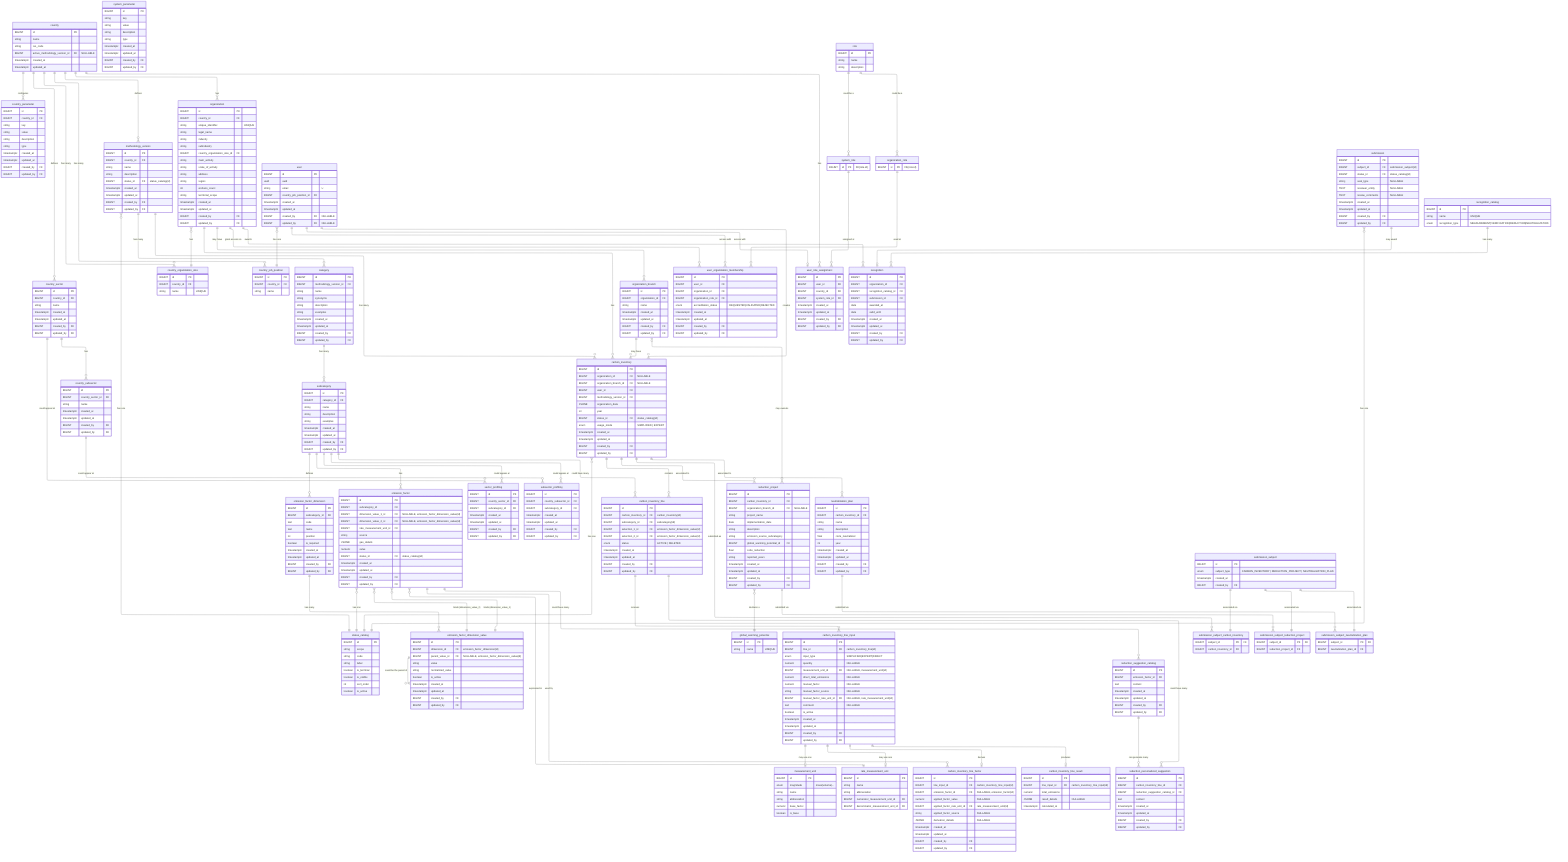
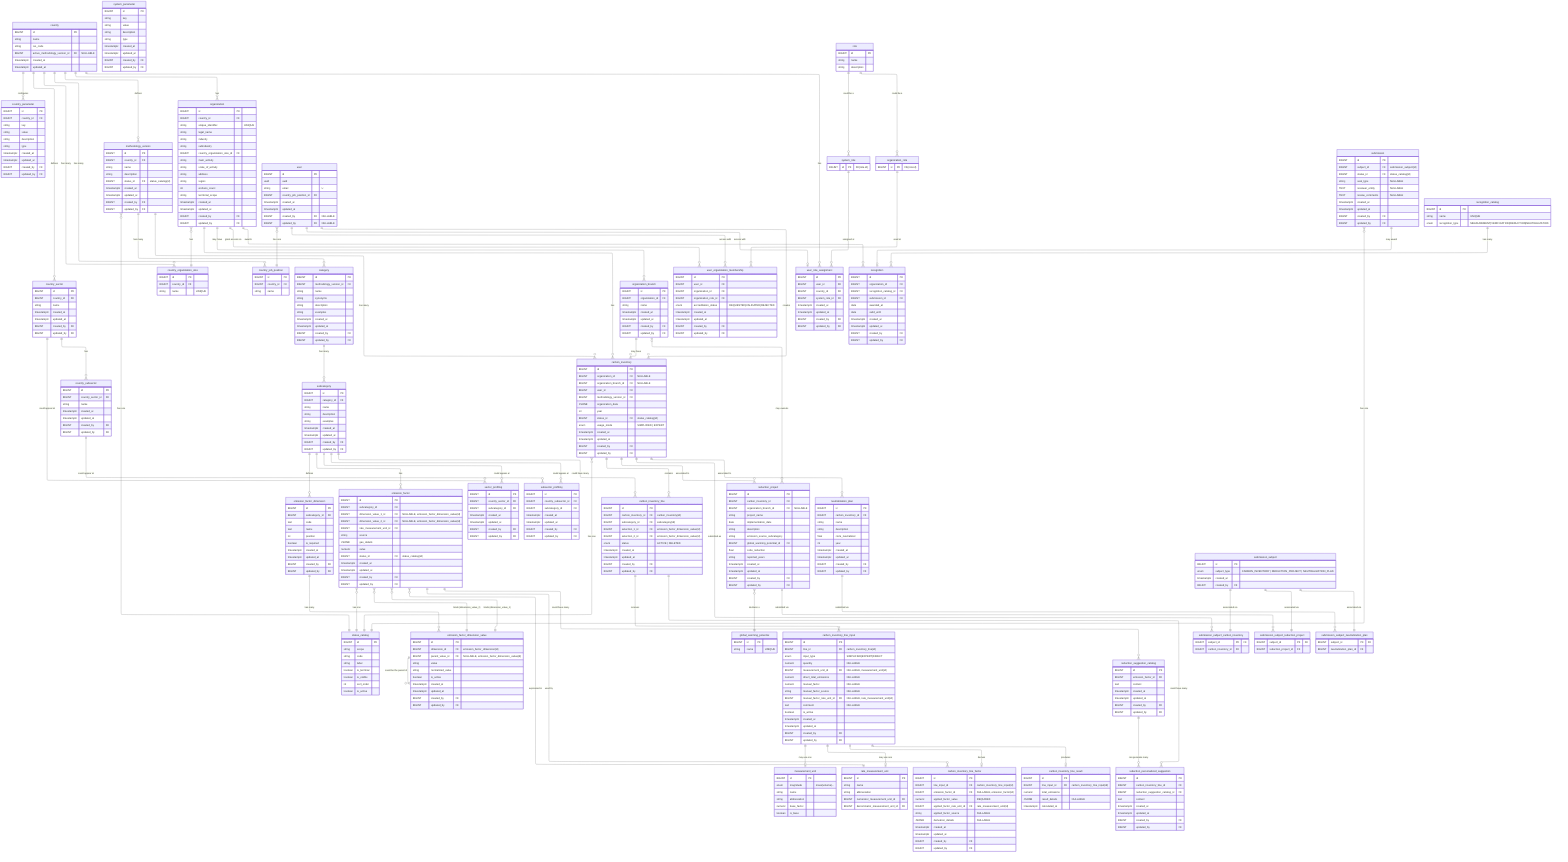
---
config:
  layout: elk
---
erDiagram
	direction TB

	%% ============================================================
	%% DEPRECATED TABLES
	%% ------------------------------------------------------------
	%% The following tables are kept for historical reference only:
	%% - carbon_inventory_detail
	%% They MUST NOT be used for new features.
	%% ============================================================
	%% carbon_inventory_detail {
	%% 	  BIGINT id PK ""
	%% 	  BIGINT carbon_inventory_id FK ""
	%% 	  BIGINT subcategory_id FK ""
	%% 	  enum type "DETAILED | TOTAL"
	%% 	  string first_selection "NULLABLE"
	%% 	  string second_selection "NULLABLE"
	%% 	  float quantity  "NULLABLE"
	%% 	  BIGINT measurement_unit_id FK "NULLABLE"
	%% 	  float factor "NULLABLE"
	%% 	  BIGINT factor_rate_measurement_unit_id FK "NULLABLE"
	%% 	  string factor_source "NULLABLE"
	%% 	  BIGINT emission_factor_id FK "NULLABLE"
	%% 	  float total_emissions "NULLABLE"
	%% 	  text comment  "NULLABLE"
	%% 	  BIGINT status_id FK "status_catalog(id)"
	%% 	  %% Restricciones:
	%% 	  %% Si type==SIMPLIFIED, el usuario llenará first_selection, second_selection, quantity, measurement_unit_id y la plataforma automáticamente escogerá un emission_factor_id y copiará el valor del factor, lo transformará a la misma unidad de medida del usuario y llenará factor y factor_rate_measurement_unit_id. Finalmente hará el P*Q y llenará total_emissions
	%% 	  %% Si type==EXPERT, el usuario llenará first_selection, second_selection, quantity, measurement_unit_id, factor y el factor_source. El factor_rate_measurement_unit_id se escogerá automáticamente según el measurement_unit_id. emission_factor_id será NULL. Finalmente la plataforma hará el P*Q y llenará total_emissions
	%% 	  %% Si type==DIRECT, todas las columnas serán NULL y el usuario ingresará el valor directo a total_emissions.
	%% 	  %% Alternar el type no modificará las filas, sino que marcará las actuales como status=OUTDATED y creará nuevas filas con el type adecuado (si no existen aún). Si ya existían, las recuperará a ACTIVE.
	%% 	  %% Todas las filas con status ACTIVE deben ser del mismo type.
	%% 	  %% Las filas DELETED nunca se recuperan, quedan para trazabilidad.
	%% }

	%% ============================================================
	%% Design Principles
	%% ============================================================

	%% 🔷 Core Modeling Principles
	%% 	1.	Each table has a single, well-defined responsibility
	%% Tables are designed to represent one concept only (e.g. configuration, input, result, workflow), avoiding mixed concerns.

	%% 	2.	Relationships reflect real business rules, not just foreign keys
	%% Cardinalities and optionality are chosen to express domain constraints, not merely technical implementation details.

	%% 	3.	Nullability is intentional and meaningful
	%% Nullable fields indicate valid domain states (e.g. optional associations, draft data), not incomplete design.

	%% ⸻

	%% 🔷 Configuration & Reference Data
	%% 	4.	Reference data is normalized and centralized
	%% Shared concepts (statuses, units, potentials) are defined once and reused across the system.

	%% 	5.	Volatile enums are modeled as tables, not database ENUMs
	%% Any value expected to evolve (statuses, workflows) is stored in catalog tables to avoid schema migrations.

	%% 	6.	Stable physical concepts may use ENUMs
	%% Concepts that are scientifically stable (e.g. unit magnitude, usage mode) may use database ENUMs for safety and clarity.

	%% ⸻

	%% 🔷 Methodology & Emission Factors

	%% 	7.	Methodology is versioned and country-scoped
	%% All categories, subcategories, and factors belong to a specific methodology version tied to a country.

	%% 	8.	Emission factors are defined by standardized dimensions, not free text
	%% User selections and factor matching are driven by normalized dimension values to ensure consistency and correctness.

	%% 	9.	Dimension cardinality reflects domain reality, not generic flexibility
	%% Emission factors support up to two dimensions by design, matching current methodology requirements and admin workflows.

	%% 	10.	Administrative workflows are hierarchical and sequential
	%% New entities are created top-down (category → subcategory → dimension → value → factor), enforcing consistency at each level.

	%% ⸻

	%% 🔷 Inventory & Calculation

	%% 	11.	Input, factor selection, and results are modeled as separate concerns
	%% User input, factor derivation, and calculated results are stored in distinct tables for clarity and auditability.

	%% 	12.	Results are always derived from immutable input snapshots
	%% Calculated emissions reference the exact input used, ensuring reproducibility even if inputs change later.

	%% 	13.	Historical data is preserved; updates create new versions
	%% Changes do not overwrite previous data but create new records, maintaining a complete audit trail.

	%% ⸻

	%% 🔷 Workflow & Submissions

	%% 	14.	Workflows are modeled as data, not booleans
	%% Submissions, approvals, and recognitions are represented explicitly rather than inferred from flags.

	%% 	15.	Polymorphism is handled via explicit subject tables
	%% Submissions reference a generic subject entity with concrete subtype tables, avoiding nullable polymorphic foreign keys.

	%% 	16.	Recognitions are awarded based on submissions, not raw entities
	%% This ensures all awards are traceable to a validated review process.

	%% ⸻

	%% 🔷 Audit & Governance

	%% 	17.	Audit fields are applied based on responsibility and mutability
	%% Operational tables are auditable; reference and system-owned tables may omit audit fields by design.

	%% 	18.	System-generated data does not pretend to have an author
	%% Automatically calculated results record timestamps but not created_by or updated_by.

	%% 	19.	Database constraints enforce correctness wherever possible
	%% Uniqueness, consistency, and invariants are enforced at the database level rather than relying solely on application logic.


	%% ⸻

	%% 🔷 Evolution & Maintainability

	%% 	20.	Design favors clarity and correctness over premature generalization
	%% Flexibility is introduced only when driven by real domain requirements, not hypothetical future use cases.

	%% 	21.	Future extensions are possible without breaking existing data
	%% The model anticipates evolution (e.g. new methodologies, new workflows) while keeping current usage simple and explicit.

	%% ⸻

	%% These principles are intentional.
	%% Changes to the model should preserve these invariants unless there is a clear domain-driven reason to evolve them.

	%% ============================================================
	%% 🟦 Country & configuration (7)
	%% ============================================================

	country {
		BIGINT id PK ""
		string name  ""
		string iso_code  ""
		BIGINT active_methodology_version_id FK "NULLABLE"
		timestamptz created_at  ""
		timestamptz updated_at  ""
	}

	country_parameter {
		BIGINT id PK ""
		BIGINT country_id FK ""
		string key  ""
		string value  ""
		string description  ""
		string type  ""
		timestamptz created_at  ""
		timestamptz updated_at  ""
		BIGINT created_by FK ""
		BIGINT updated_by FK ""
	}

	system_parameter {
		BIGINT id PK ""
		string key  ""
		string value  ""
		string description  ""
		string type  ""
		timestamptz created_at  ""
		timestamptz updated_at  ""
		BIGINT created_by FK ""
		BIGINT updated_by FK ""
	}

	country_sector {
		BIGINT id PK ""
		BIGINT country_id FK ""
		string name  ""
		timestamptz created_at  ""
		timestamptz updated_at  ""
		BIGINT created_by FK ""
		BIGINT updated_by FK ""
	}

	country_subsector {
		BIGINT id PK ""
		BIGINT country_sector_id FK ""
		string name  ""
		timestamptz created_at  ""
		timestamptz updated_at  ""
		BIGINT created_by FK ""
		BIGINT updated_by FK ""
	}

	country_organization_size {
		BIGINT id PK ""
		BIGINT country_id FK ""
		string name  "UNIQUE"
	}

	country_job_position {
		BIGINT id PK ""
		BIGINT country_id FK ""
		string name  ""
	}

	%% Postgres ENUM is great when values are stable forever (e.g., magnitude = mass|volume|energy). It becomes painful when values are product-managed and will evolve (status workflows, modes, etc.).
	status_catalog {
		BIGINT id PK ""
		%% Like: SUBMISSION | CARBON_INVENTORY | ENTITY
		string scope
		%% Like: DRAFT, ACTIVE, DELETED, OUTDATED, SUBMITTED, APPROVED, REJECTED, ...
		string code
		string label
		boolean is_terminal ""
		boolean is_visible ""
		int sort_order ""
		boolean is_active ""
		%% UNIQUE(scope, code)
		%% To prevent misuse we will use convention & tests
		%% To avoid misuse we will implement DB trigger to validate status.scope against the referencing table
	}

	%% ============================================================
	%% 🟩 Methodology & factors (9)
	%% ============================================================

	methodology_version {
		BIGINT id PK ""
		BIGINT country_id FK ""
		string name  ""
		string description  ""
		%% Uses all status values
		BIGINT status_id FK "status_catalog(id)"
		timestamptz created_at  ""
		timestamptz updated_at  ""
		BIGINT created_by FK ""
		BIGINT updated_by FK ""
		%% Enforce via trigger at most 1 active per country
		%% Enforce via DB trigger on country table: validates country.active_methodology_version_id (when NOT NULL) references a methodology_version row where status_id points to status_catalog with code='ACTIVE'. Trigger runs BEFORE INSERT/UPDATE on country, raises error if validation fails. Implementation: CREATE TRIGGER validate_country_active_methodology_version BEFORE INSERT OR UPDATE ON country FOR EACH ROW EXECUTE FUNCTION check_active_methodology_version_status()
	}

	category {
		BIGINT id PK ""
		BIGINT methodology_version_id FK ""
		string name  ""
		%% just for displaying
		string synonyms ""
		%% just for displaying
		string description  ""
		%% just for displaying
		string examples ""
		timestamptz created_at  ""
		timestamptz updated_at  ""
		BIGINT created_by FK ""
		BIGINT updated_by FK ""
	}

	subcategory {
		BIGINT id PK ""
		BIGINT category_id FK ""
		string name  ""
		%% just for displaying
		string description  ""
		%% just for displaying
		string examples ""
		timestamptz created_at  ""
		timestamptz updated_at  ""
		BIGINT created_by FK ""
		BIGINT updated_by FK ""
	}

	emission_factor_dimension {
		BIGINT id PK ""
		BIGINT subcategory_id FK ""
		%% Like: FUEL_GROUP, FUEL_TYPE, GAS_TYPE
		text code ""
		%% Like: Tipo de combustible, Tipo de gas
		text name ""
		%% Like: 1, 2, 3 (order in UI & logic)
		int position ""
		boolean is_required ""
		timestamptz created_at  ""
		timestamptz updated_at  ""
		BIGINT created_by FK ""
		BIGINT updated_by FK ""
		%% UNIQUE(subcategory_id, position),
		%% UNIQUE(subcategory_id, code)
	}

	emission_factor_dimension_value {
		BIGINT id PK ""
		BIGINT dimension_id FK "emission_factor_dimension(id)"
		BIGINT parent_value_id FK "NULLABLE, emission_factor_dimension_value(id)"
		%% Like: Natural gas, Diesel, Kerosene, etc
		string value ""
		string normalized_value ""
		boolean is_active ""
		timestamptz created_at  ""
		timestamptz updated_at  ""
		BIGINT created_by FK ""
		BIGINT updated_by FK ""
		%% UNIQUE(dimension_id, normalized_value)
	}

	emission_factor {
		BIGINT id PK ""
		BIGINT subcategory_id FK ""
		%% Emission factors currently support up to two dimensions via fixed columns.
		%% A binding table was considered for unbounded dimensions but intentionally not used to keep queries and constraints simple.
		BIGINT dimension_value_1_id FK "NULLABLE, emission_factor_dimension_value(id)"
		BIGINT dimension_value_2_id FK "NULLABLE, emission_factor_dimension_value(id)"
		BIGINT rate_measurement_unit_id FK ""
		string source  ""
		JSONB gas_details ""
		numeric value  ""
		%% Uses all status values
		BIGINT status_id FK "status_catalog(id)"
		timestamptz created_at  ""
		timestamptz updated_at  ""
		BIGINT created_by FK ""
		BIGINT updated_by FK ""
		%% Enforce UNIQUE (subcategory_id, dimension_value_1_id, dimension_value_2_id) WHERE status = 'ACTIVE'
	}

	sector_profiling {
		BIGINT id PK ""
		BIGINT country_sector_id FK ""
		BIGINT subcategory_id FK ""
		timestamptz created_at  ""
		timestamptz updated_at  ""
		BIGINT created_by FK ""
		BIGINT updated_by FK ""
		%% UNIQUE(country_sector_id, subcategory_id)
	}

	subsector_profiling {
		BIGINT id PK ""
		BIGINT country_subsector_id FK ""
		BIGINT subcategory_id FK ""
		timestamptz created_at  ""
		timestamptz updated_at  ""
		BIGINT created_by FK ""
		BIGINT updated_by FK ""
		%% UNIQUE(country_subsector_id, subcategory_id)
	}

	measurement_unit {
		BIGINT id PK ""
		enum magnitude  "mass|volume|..."
		string name  ""
		string abbreviation  ""
		numeric base_factor  ""
		boolean is_base  ""
		%% Enforce UNIQUE (magnitude) WHERE is_base = true
	}

	rate_measurement_unit {
		BIGINT id PK ""
		string name  ""
		string abbreviation  ""
		BIGINT numerator_measurement_unit_id FK ""
		BIGINT denominator_measurement_unit_id FK ""
	}

	global_warming_potential {
		BIGINT id PK ""
		string name "UNIQUE"
		%% AR4, AR5, etc...
	}

	%% ============================================================
	%% 🟨 Organizations & users (8)
	%% ============================================================

	organization {
		BIGINT id PK ""
		BIGINT country_id FK ""
		string unique_identifier  "UNIQUE"
		string legal_name  ""
		string industry  ""
		string subindustry  ""
		BIGINT country_organization_size_id FK ""
		string main_activity  ""
		string scale_of_activity  ""
		string address  ""
		string region  ""
		int workers_count  ""
		string territorial_scope  ""
		timestamptz created_at  ""
		timestamptz updated_at  ""
		BIGINT created_by FK ""
		BIGINT updated_by FK ""
	}

	organization_branch {
		BIGINT id PK ""
		BIGINT organization_id FK ""
		string name  ""
		timestamptz created_at  ""
		timestamptz updated_at  ""
		BIGINT created_by FK ""
		BIGINT updated_by FK ""
	}

	user {
		BIGINT id PK ""
		uuid uuid  ""
		string email  "U"
		BIGINT country_job_position_id FK ""
		timestamptz created_at  ""
		timestamptz updated_at  ""
		BIGINT created_by FK "NULLABLE"
		BIGINT updated_by FK "NULLABLE"
	}

	%% abstract parent table
	role {
		BIGINT id PK ""
		string name ""
		string description ""
	}

	system_role {
		BIGINT id PK "FK(role.id)"
	}

	organization_role {
		BIGINT id PK "FK(role.id)"
	}

	user_organization_membership {
		BIGINT id PK ""
		BIGINT user_id FK ""
		BIGINT organization_id FK ""
		BIGINT organization_role_id FK ""
		enum accreditation_status  "REQUESTED|VALIDATED|REJECTED"
		timestamptz created_at  ""
		timestamptz updated_at  ""
		BIGINT created_by FK ""
		BIGINT updated_by FK ""
		%% UNIQUE(user_id, organization_id, organization_role_id)
	}

	user_role_assignment {
		BIGINT id PK ""
		BIGINT user_id FK ""
		BIGINT country_id FK ""
		BIGINT system_role_id FK ""
		timestamptz created_at  ""
		timestamptz updated_at  ""
		BIGINT created_by FK ""
		BIGINT updated_by FK ""
		%% UNIQUE(user_id, country_id, system_role_id)
	}

	%% ============================================================
	%% 🟧 Inventory & calculation (9)
	%% ============================================================

	%% organization & organization_branch will be NULL when user does not belongs to any org.
	carbon_inventory {
		BIGINT id PK ""
		BIGINT organization_id FK "NULLABLE"
		BIGINT organization_branch_id FK "NULLABLE"
		BIGINT user_id FK ""
		BIGINT methodology_version_id FK ""
		JSONB organization_data  ""
		int year  ""
		BIGINT status_id FK "status_catalog(id)"
		%% Using an enum because we are 100% sure it will never change
		enum usage_mode  "SIMPLIFIED | EXPERT"
		timestamptz created_at  ""
		timestamptz updated_at  ""
		BIGINT created_by FK ""
		BIGINT updated_by FK ""
		%% CHECK ((organization_id IS NOT NULL AND organization_branch_id IS NULL) OR (organization_branch_id IS NOT NULL))
	}

	%% A “line” represents what is being measured (subcategory + optional selections) for a given inventory.
	%% We do not store quantities/factors here. It’s the anchor.
	carbon_inventory_line {
		BIGINT id PK ""
		BIGINT carbon_inventory_id FK "carbon_inventory(id)"
		BIGINT subcategory_id FK "subcategory(id)"

		%% the "dimension selections" (more on dimension standardization in section 4)
		BIGINT selection_1_id FK "emission_factor_dimension_value(id)"
		BIGINT selection_2_id FK "emission_factor_dimension_value(id)"

		enum status "ACTIVE | DELETED"
		timestamptz created_at  ""
		timestamptz updated_at  ""
		BIGINT created_by FK ""
		BIGINT updated_by FK ""
		%% Avoid duplicate active lines for same inventory+subcategory+selections
		%% UNIQUE(carbon_inventory_id, subcategory_id, selection_1_id, selection_2_id) WHERE status='ACTIVE'
	}

	carbon_inventory_line_input {
		BIGINT id PK ""
		BIGINT line_id FK "carbon_inventory_line(id)"
		enum input_type "SIMPLIFIED|EXPERT|DIRECT"
		numeric quantity "NULLABLE"
		BIGINT measurement_unit_id FK "NULLABLE, measurement_unit(id)"

		%% For DIRECT mode:
		numeric direct_total_emissions "NULLABLE"

		%% For EXPERT mode:
		numeric manual_factor "NULLABLE"
		string manual_factor_source "NULLABLE"
		BIGINT manual_factor_rate_unit_id FK "NULLABLE, rate_measurement_unit(id)"

		text comment "NULLABLE"
		boolean is_active ""
		timestamptz created_at  ""
		timestamptz updated_at  ""
		BIGINT created_by FK ""
		BIGINT updated_by FK ""
		%% Enforce only one active input per line: UNIQUE(line_id) WHERE is_active = true
	}

- 	%% This stores “what factor did we use, after conversions, and why” so results are reproducible.
+ 	%% This stores "what factor did we use, after conversions, and why" so results are reproducible.
	carbon_inventory_line_factor {
		BIGINT id PK ""
		BIGINT line_input_id FK "carbon_inventory_line_input(id)"

		%% chosen factor: either from catalog (simplified) or null for expert/direct
		BIGINT emission_factor_id FK "NULLABLE, emission_factor(id)"

		%% normalized factor actually used in the computation (post-conversion)
- 		numeric applied_factor_value "NULLABLE"
+ 		%% REQUIRED: Must always be present for result reproducibility
+ 		numeric applied_factor_value "REQUIRED"
		BIGINT applied_factor_rate_unit_id FK "rate_measurement_unit(id)"
		string applied_factor_source "NULLABLE"

		%% optionally store a JSON blob explaining conversion steps for auditability
		JSONB derivation_details "NULLABLE"

		timestamptz created_at  ""
		timestamptz updated_at  ""
		BIGINT created_by FK ""
		BIGINT updated_by FK ""
		%% Enforce 1 factor row per input: UNIQUE(line_input_id)
	}

	carbon_inventory_line_result {
		BIGINT id PK ""
		BIGINT line_input_id FK "carbon_inventory_line_input(id)"
		numeric total_emissions ""
		%% optionally store breakdown: per-gas, CO2e, etc.
		JSONB result_details "NULLABLE"
		timestamptz calculated_at ""
		%% Ensure 1 result per input: UNIQUE(line_input_id)
	}

	reduction_suggestion_catalog {
		BIGINT id PK ""
		BIGINT emission_factor_id FK ""
		text content  ""
		timestamptz created_at  ""
		timestamptz updated_at  ""
		BIGINT created_by FK ""
		BIGINT updated_by FK ""
	}

	%% We plan to create these suggestion with AI
	reduction_personalized_suggestion {
		BIGINT id PK ""
		BIGINT carbon_inventory_line_id FK ""
		BIGINT reduction_suggestion_catalog_id FK ""
		text content  ""
		timestamptz created_at  ""
		timestamptz updated_at  ""
		BIGINT created_by FK ""
		BIGINT updated_by FK ""
	}

	reduction_project {
		BIGINT id PK ""
		BIGINT carbon_inventory_id FK ""
		BIGINT organization_branch_id FK "NULLABLE"
		string project_name  ""
		date implementation_date  ""
		string description  ""
		string emission_source_subcategory  ""
		BIGINT global_warming_potential_id FK ""
		float co2e_reduction  ""
		string reported_years  ""
		timestamptz created_at  ""
		timestamptz updated_at  ""
		BIGINT created_by FK ""
		BIGINT updated_by FK ""
	}

	neutralization_plan {
		BIGINT id PK ""
		BIGINT carbon_inventory_id FK ""
		string name  ""
		string description  ""
		float co2e_neutralized  ""
		int year  ""
		timestamptz created_at  ""
		timestamptz updated_at  ""
		BIGINT created_by FK ""
		BIGINT updated_by FK ""
	}

	%% ============================================================
	%% 🟥 Submissions & recognition (7)
	%% ============================================================

	%% Read the docs about the submissions model design here: https://www.notion.so/Modelo-E-R-para-Submissions-2d318d2c8901805ab8f9eed2a9d9d702?source=copy_link
	%% The data within this table is immutable once created
	submission_subject {
		BIGINT id PK ""
		enum subject_type "CARBON_INVENTORY | REDUCTION_PROJECT | NEUTRALIZATION_PLAN"
		timestamptz created_at  ""
		BIGINT created_by FK ""
	}

	%% The data within this table is immutable once created
	submission_subject_carbon_inventory {
		BIGINT subject_id PK "FK"
		BIGINT carbon_inventory_id FK ""
	}

	%% The data within this table is immutable once created
	submission_subject_reduction_project {
		BIGINT subject_id PK "FK"
		BIGINT reduction_project_id FK ""
	}

	%% The data within this table is immutable once created
	submission_subject_neutralization_plan {
		BIGINT subject_id PK "FK"
		BIGINT neutralization_plan_id FK ""
	}

	submission {
		BIGINT id PK ""
		BIGINT subject_id FK "submission_subject(id)"
		BIGINT status_id FK "status_catalog(id)"
		string seal_type  "NULLABLE"
		TEXT reviewer_entity "NULLABLE"
		TEXT review_comments "NULLABLE"
		timestamptz created_at  ""
		timestamptz updated_at  ""
		BIGINT created_by FK ""
		BIGINT updated_by FK ""
	}

	recognition_catalog {
		BIGINT id PK ""
		string name "UNIQUE"
		enum recognition_type  "MEASUREMENT|VERIFICATION|REDUCTION|NEUTRALIZATION"
	}

	recognition {
		BIGINT id PK ""
		BIGINT organization_id FK ""
		BIGINT recognition_catalog_id FK ""
		BIGINT submission_id FK ""
		date awarded_at  ""
		date valid_until  ""
		timestamptz created_at  ""
		timestamptz updated_at  ""
		BIGINT created_by FK ""
		BIGINT updated_by FK ""
	}

	%% ============================================================
	%% Others
	%% ============================================================


%% ============================================================
%% Relationships
%% ============================================================

country
	country ||--o{ country_parameter : "configures"
	country ||--o{ country_sector : "defines"
	country ||--o{ methodology_version : "defines"
	country ||--o{ organization : "has"
	country ||--o{ user_role_assignment : "has"
	country ||--o{ country_organization_size: "has many"
	country ||--o{ country_job_position : "has many"

country_sector
	country_sector ||--o{ country_subsector : "has"
	country_sector ||--o{ sector_profiling : "could appear at"

country_subsector
	country_subsector ||--o{ subsector_profiling : "could appear at"

organization
	organization ||--o{ carbon_inventory : "has"
	organization ||--o{ organization_branch : "may have"
	organization ||--o{ recognition : "awards"
	organization ||--o{ user_organization_membership : "grant access via"
	organization }o--|| country_organization_size : "has"

organization_branch
	organization_branch |o--o{ reduction_project : "may execute"
	organization_branch ||--o{ carbon_inventory : "may have"

recognition_catalog
	recognition_catalog ||--o{ recognition  : "has many"

role
	role ||--o{ system_role : "could be a"
	role ||--o{ organization_role : "could be a"
	organization_role ||--o{ user_organization_membership : "used at"
	system_role ||--o{ user_role_assignment : "assigned at"

user
	user ||--o{ carbon_inventory : "creates"
	user ||--o{ user_organization_membership : "access with"
	user }o--|| country_job_position : "has one"
	user ||--o| user_role_assignment : "access with"

methodology_version
	methodology_version ||--o{ carbon_inventory : "has many"
	methodology_version ||--o{ category : "has many"
	methodology_version }o--|| status_catalog : "has one"

category
	category ||--o{ subcategory : "has many"

subcategory
	subcategory ||--o{ emission_factor_dimension: "defines"
	%% A subcategory may exist with zero emission factors:
	subcategory ||--o{ emission_factor: "has"
	subcategory ||--o{ sector_profiling: "could appear at"
	subcategory ||--o{ subsector_profiling: "could appear at"
	subcategory ||--o{ carbon_inventory_line: "could have many"

emission_factor_dimension
	emission_factor_dimension ||--o{ emission_factor_dimension_value : "has many"

emission_factor_dimension_value
	emission_factor_dimension_value ||--o{ emission_factor_dimension_value : "could be the parent of"

emission_factor
	emission_factor ||--o{ reduction_suggestion_catalog : "could have many"
	emission_factor ||--o{ carbon_inventory_line_factor : "used by"
	emission_factor }o--|| rate_measurement_unit : "expressed in"
	emission_factor }o--|| status_catalog : "has one"
	%% At most 2 values, depending on subcategory configuration:
	emission_factor }o--|| emission_factor_dimension_value : "binds (dimension_value_1)"
	emission_factor }o--|| emission_factor_dimension_value : "binds (dimension_value_2)"

carbon_inventory
	carbon_inventory ||--o{ carbon_inventory_line: "contains"
	carbon_inventory ||--o{ submission_subject_carbon_inventory: "submitted as"
	carbon_inventory ||--o{ neutralization_plan: "associated to"
	carbon_inventory ||--o{ reduction_project: "associated to"
	carbon_inventory }o--|| status_catalog: "has one"

carbon_inventory_line
	carbon_inventory_line ||--o{ reduction_personalized_suggestion: "could have many"
	carbon_inventory_line ||--o{ carbon_inventory_line_input: "receives"

carbon_inventory_line_input
	carbon_inventory_line_input ||--o| measurement_unit: "may use one"
	carbon_inventory_line_input ||--o| rate_measurement_unit: "may use one"
	carbon_inventory_line_input ||--o| carbon_inventory_line_factor: "derives"
	carbon_inventory_line_input ||--o| carbon_inventory_line_result: "produces"

submission_subject
	submission_subject ||--|| submission_subject_carbon_inventory : "associated via"
	submission_subject ||--|| submission_subject_reduction_project : "associated via"
	submission_subject ||--|| submission_subject_neutralization_plan : "associated via"

submission
	submission ||--o| recognition: "may award"
	submission }o--|| status_catalog: "has one"

neutralization_plan
	neutralization_plan ||--o{ submission_subject_neutralization_plan : "submitted via"

reduction_project
	reduction_project ||--o{ submission_subject_reduction_project : "submitted via"
	reduction_project }o--|| global_warming_potential : "declares a"

reduction_suggestion_catalog
	reduction_suggestion_catalog ||--o{ reduction_personalized_suggestion : "can generate many"